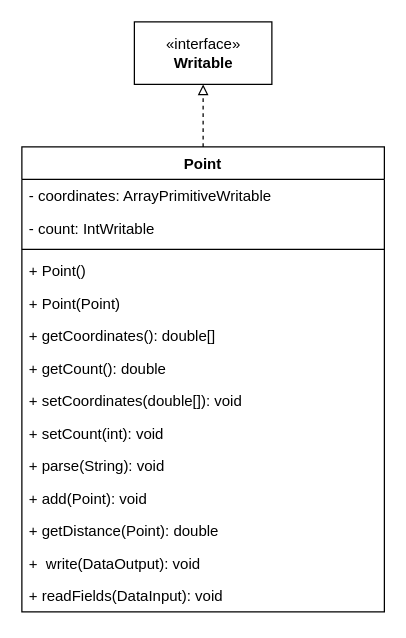
riccardo94p/kmeans-mapreduce keeps this draw.io diagram as page "Page-1" (1 of 3) of Drawio/UML classes.drawio. Above is the earlier version. Source tidied: cells renumbered, new cells numbered last; positions are measured from the earlier drawing's top-left corner, leaving out a move shared by most shapes. Both pictures are drawn from the tidied source at 125%, with x=0, y=0 at pixel (21, 21).
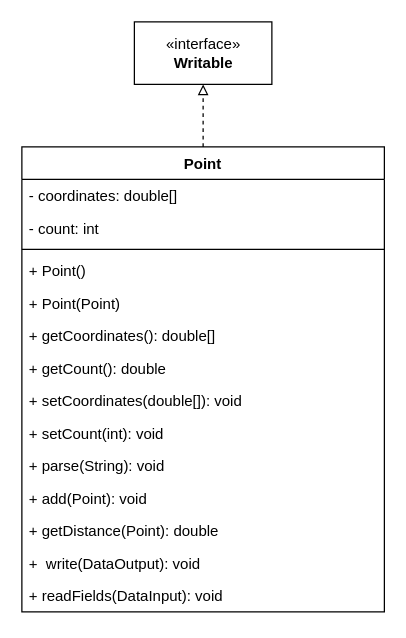
The same diagram, later.

The edit, as a diff of the source:
```diff
@@
 <mxGraphModel>
   <root>
     <mxCell id="0" />
     <mxCell id="1" parent="0" />
     <mxCell id="2" style="edgeStyle=orthogonalEdgeStyle;rounded=0;jettySize=auto;html=1;dashed=1;endArrow=block;endFill=0;" parent="1" edge="1" source="4" target="3">
       <mxGeometry relative="1" as="geometry" />
     </mxCell>
     <mxCell id="3" value="«interface»&lt;br&gt;&lt;b&gt;Writable&lt;/b&gt;" style="html=1;" parent="1" vertex="1">
       <mxGeometry x="90" width="110" height="50" as="geometry" />
     </mxCell>
     <mxCell id="4" value="Point" style="swimlane;fontStyle=1;align=center;verticalAlign=top;horizontal=1;startSize=26;" parent="1" vertex="1">
       <mxGeometry y="100" width="290" height="372" as="geometry" />
     </mxCell>
-    <mxCell id="5" value="- coordinates: ArrayPrimitiveWritable" style="text;strokeColor=none;fillColor=none;align=left;verticalAlign=top;spacingLeft=4;spacingRight=4;overflow=hidden;" parent="4" vertex="1">
+    <mxCell id="5" value="- coordinates: double[]" style="text;strokeColor=none;fillColor=none;align=left;verticalAlign=top;spacingLeft=4;spacingRight=4;overflow=hidden;" parent="4" vertex="1">
       <mxGeometry y="26" width="290" height="26" as="geometry" />
     </mxCell>
-    <mxCell id="6" value="- count: IntWritable" style="text;strokeColor=none;fillColor=none;align=left;verticalAlign=top;spacingLeft=4;spacingRight=4;overflow=hidden;" parent="4" vertex="1">
+    <mxCell id="6" value="- count: int" style="text;strokeColor=none;fillColor=none;align=left;verticalAlign=top;spacingLeft=4;spacingRight=4;overflow=hidden;" parent="4" vertex="1">
       <mxGeometry y="52" width="290" height="26" as="geometry" />
     </mxCell>
     <mxCell id="7" style="line;strokeWidth=1;fillColor=none;align=left;verticalAlign=middle;spacingTop=-1;spacingLeft=3;spacingRight=3;labelPosition=right;" parent="4" vertex="1">
       <mxGeometry y="78" width="290" height="8" as="geometry" />
     </mxCell>
     <mxCell id="8" value="+ Point()" style="text;strokeColor=none;fillColor=none;align=left;verticalAlign=top;spacingLeft=4;spacingRight=4;overflow=hidden;" parent="4" vertex="1">
       <mxGeometry y="86" width="290" height="26" as="geometry" />
     </mxCell>
     <mxCell id="9" value="+ Point(Point)" style="text;strokeColor=none;fillColor=none;align=left;verticalAlign=top;spacingLeft=4;spacingRight=4;overflow=hidden;" parent="4" vertex="1">
       <mxGeometry y="112" width="290" height="26" as="geometry" />
     </mxCell>
     <mxCell id="10" value="+ getCoordinates(): double[]" style="text;strokeColor=none;fillColor=none;align=left;verticalAlign=top;spacingLeft=4;spacingRight=4;overflow=hidden;" parent="4" vertex="1">
       <mxGeometry y="138" width="290" height="26" as="geometry" />
     </mxCell>
     <mxCell id="11" value="+ getCount(): double" style="text;strokeColor=none;fillColor=none;align=left;verticalAlign=top;spacingLeft=4;spacingRight=4;overflow=hidden;" parent="4" vertex="1">
       <mxGeometry y="164" width="290" height="26" as="geometry" />
     </mxCell>
     <mxCell id="12" value="+ setCoordinates(double[]): void" style="text;strokeColor=none;fillColor=none;align=left;verticalAlign=top;spacingLeft=4;spacingRight=4;overflow=hidden;" parent="4" vertex="1">
       <mxGeometry y="190" width="290" height="26" as="geometry" />
     </mxCell>
     <mxCell id="13" value="+ setCount(int): void" style="text;strokeColor=none;fillColor=none;align=left;verticalAlign=top;spacingLeft=4;spacingRight=4;overflow=hidden;" parent="4" vertex="1">
       <mxGeometry y="216" width="290" height="26" as="geometry" />
     </mxCell>
     <mxCell id="14" value="+ parse(String): void" style="text;strokeColor=none;fillColor=none;align=left;verticalAlign=top;spacingLeft=4;spacingRight=4;overflow=hidden;" parent="4" vertex="1">
       <mxGeometry y="242" width="290" height="26" as="geometry" />
     </mxCell>
     <mxCell id="15" value="+ add(Point): void" style="text;strokeColor=none;fillColor=none;align=left;verticalAlign=top;spacingLeft=4;spacingRight=4;overflow=hidden;" parent="4" vertex="1">
       <mxGeometry y="268" width="290" height="26" as="geometry" />
     </mxCell>
     <mxCell id="16" value="+ getDistance(Point): double" style="text;strokeColor=none;fillColor=none;align=left;verticalAlign=top;spacingLeft=4;spacingRight=4;overflow=hidden;" parent="4" vertex="1">
       <mxGeometry y="294" width="290" height="26" as="geometry" />
     </mxCell>
     <mxCell id="17" value="+  write(DataOutput): void" style="text;strokeColor=none;fillColor=none;align=left;verticalAlign=top;spacingLeft=4;spacingRight=4;overflow=hidden;" parent="4" vertex="1">
       <mxGeometry y="320" width="290" height="26" as="geometry" />
     </mxCell>
     <mxCell id="18" value="+ readFields(DataInput): void" style="text;strokeColor=none;fillColor=none;align=left;verticalAlign=top;spacingLeft=4;spacingRight=4;overflow=hidden;" parent="4" vertex="1">
       <mxGeometry y="346" width="290" height="26" as="geometry" />
     </mxCell>
   </root>
 </mxGraphModel>
```
